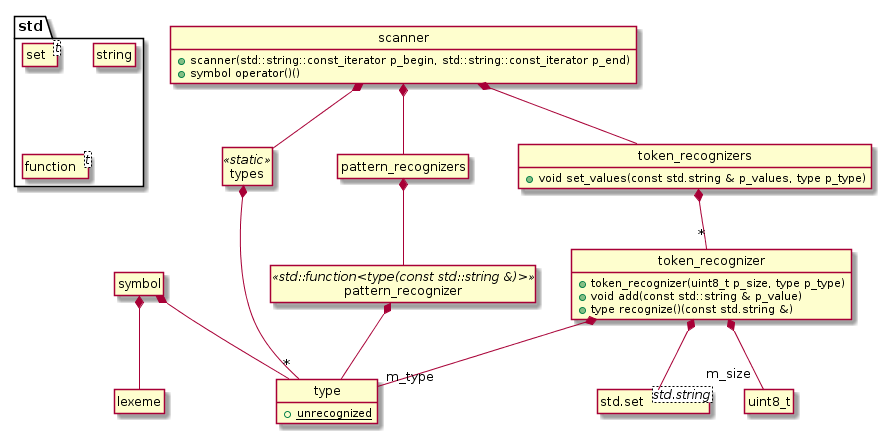
The PlantUML diagram code/interpreter/document/classes.png in rodrigocanellas/tenacitas, before a commit.
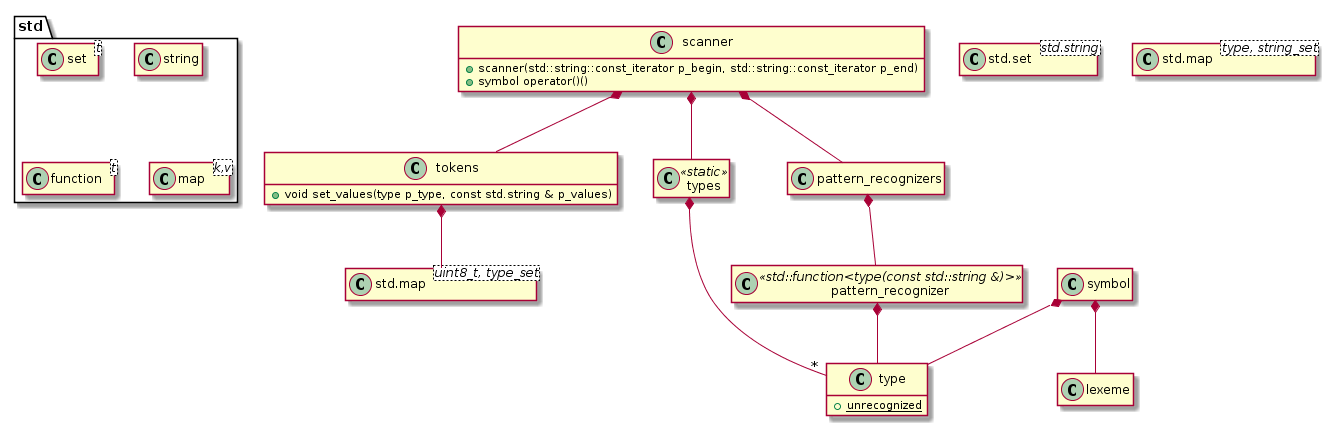
After the commit.

Commit message:
'tokens' absorving 'token'

What changed in the source:
```diff
@@ -1,13 +1,14 @@
 @startuml
 
 hide empty members
-hide circle
+
 allow_mixing
 
 namespace std {
     class set<t>
     class string
     class function <t>
+    class map<k,v>
 }
 
 class scanner {
@@ -16,20 +17,19 @@
 }
 class symbol
 class lexeme
-class token_recognizer {
-    + token_recognizer(uint8_t p_size, type p_type)
-    + void add(const std::string & p_value)
-    + type recognize()(const std.string &)
-}
 
-class token_recognizers {
-    + void set_values(const std.string & p_values, type p_type)
+
+class tokens {
+    + void set_values(type p_type, const std.string & p_values)
 }
 class type {
     + {static} unrecognized
 }
 class types <<static>>
+
 class "std.set<std.string>" as string_set
+class "std.map<type, string_set>" as type_set
+class "std.map<uint8_t, type_set>" as token_set
 
 class pattern_recognizers
 class pattern_recognizer <<std::function<type(const std::string &)> >>
@@ -40,16 +40,13 @@
 
 types *-- "*" type
 
-token_recognizer *-- "m_size" uint8_t
-token_recognizer *--  "m_type" type
-token_recognizer *-- string_set
-token_recognizers *-- "*" token_recognizer
+tokens *--  token_set
 
 symbol *-- lexeme
 symbol *-- type
 
 scanner *-- types
-scanner *-- token_recognizers
+scanner *-- tokens
 scanner *-- pattern_recognizers
 
 @enduml
```
